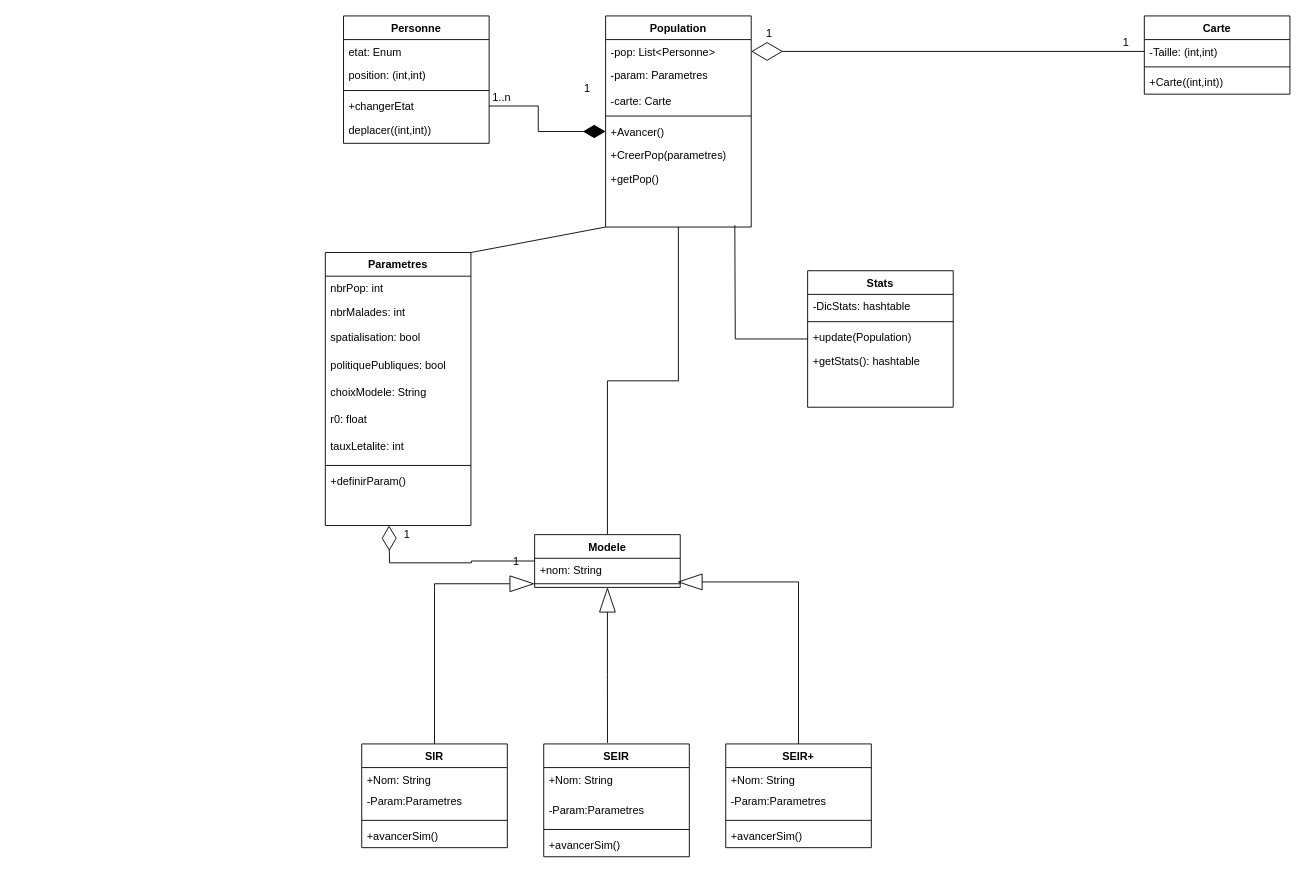
thomas-binga/APO_SIR_PROJET keeps this draw.io diagram as Class_diagram.drawio. Above is the earlier version. Source tidied: cells renumbered, new cells numbered last; positions are measured from the earlier drawing's top-left corner, leaving out a move shared by most shapes. Both pictures are drawn from the tidied source at 91%, with x=0, y=0 at pixel (325, 15).
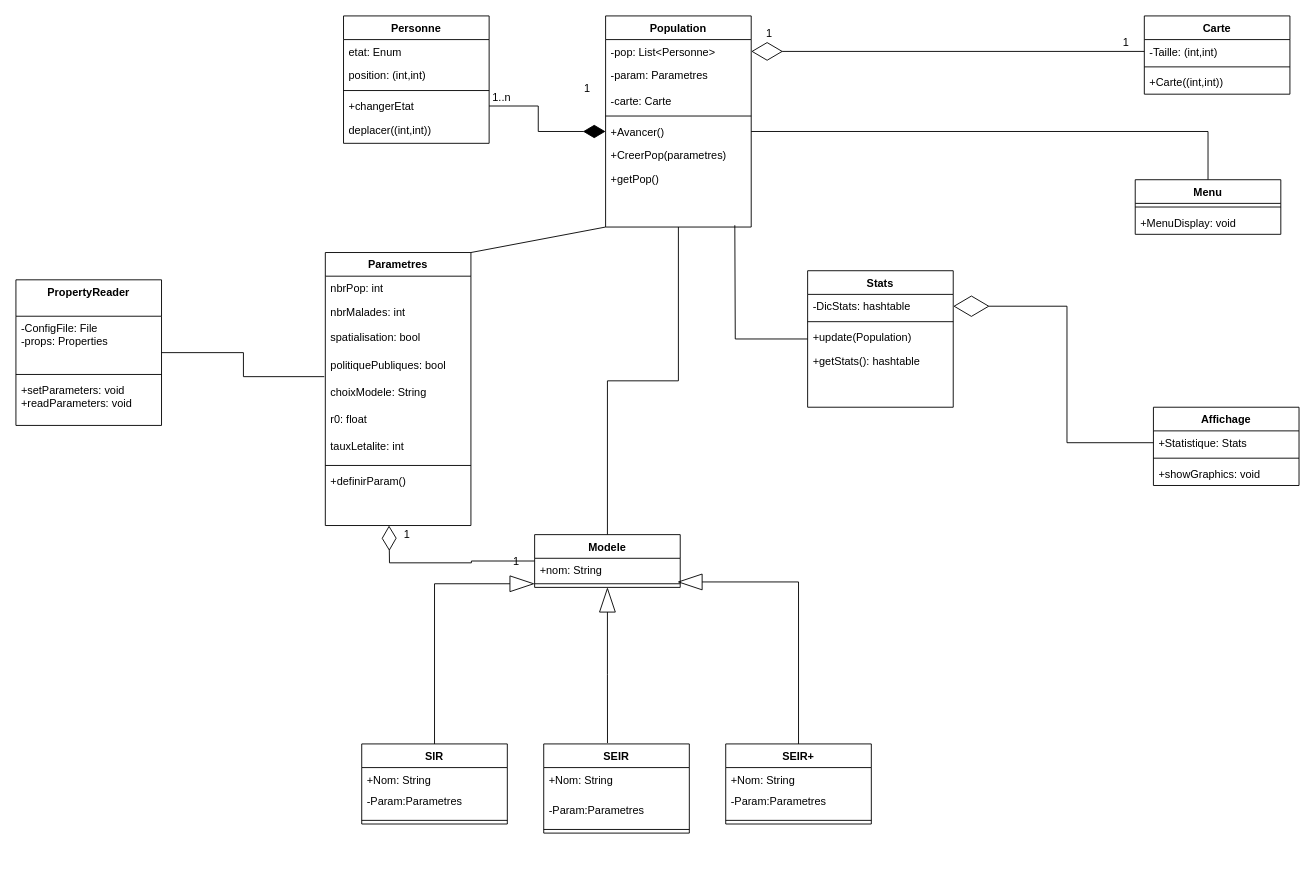
After the change.

Unchanged cells that the change refers to:
```xml
<mxCell id="13" value="+Avancer()" style="text;align=left;verticalAlign=top;spacingLeft=4;spacingRight=4;overflow=hidden;points=[[0,0.5],[1,0.5]];portConstraint=eastwest;" parent="8" vertex="1">
  <mxGeometry y="114" width="160" height="26" as="geometry" />
</mxCell>
<mxCell id="21" value="choixModele: String" style="text;align=left;verticalAlign=top;spacingLeft=4;spacingRight=4;overflow=hidden;points=[[0,0.5],[1,0.5]];portConstraint=eastwest;rounded=0;shadow=0;html=0;" parent="16" vertex="1">
  <mxGeometry y="140" width="160" height="30" as="geometry" />
</mxCell>
<mxCell id="29" value="-DicStats: hashtable" style="text;align=left;verticalAlign=top;spacingLeft=4;spacingRight=4;overflow=hidden;points=[[0,0.5],[1,0.5]];portConstraint=eastwest;" parent="28" vertex="1">
  <mxGeometry y="26" width="160" height="26" as="geometry" />
</mxCell>
```

Diff of the diagram source:
```diff
@@
     <mxCell id="39" value="SIR" style="swimlane;fontStyle=1;align=center;verticalAlign=top;horizontal=1;startSize=26;" parent="1" vertex="1">
-      <mxGeometry x="40" y="800" width="160" height="114" as="geometry" />
+      <mxGeometry x="40" y="800" width="160" height="88" as="geometry" />
     </mxCell>
@@
-    <mxCell id="43" value="+avancerSim()" style="text;strokeColor=none;fillColor=none;align=left;verticalAlign=top;spacingLeft=4;spacingRight=4;overflow=hidden;" parent="39" vertex="1">
-      <mxGeometry y="88" width="160" height="26" as="geometry" />
-    </mxCell>
     <mxCell id="44" value="SEIR" style="swimlane;fontStyle=1;align=center;verticalAlign=top;horizontal=1;startSize=26;" parent="1" vertex="1">
-      <mxGeometry x="240" y="800" width="160" height="124" as="geometry" />
+      <mxGeometry x="240" y="800" width="160" height="98" as="geometry" />
     </mxCell>
@@
-    <mxCell id="48" value="+avancerSim()" style="text;strokeColor=none;fillColor=none;align=left;verticalAlign=top;spacingLeft=4;spacingRight=4;overflow=hidden;" parent="44" vertex="1">
-      <mxGeometry y="98" width="160" height="26" as="geometry" />
-    </mxCell>
     <mxCell id="49" value="SEIR+" style="swimlane;fontStyle=1;align=center;verticalAlign=top;horizontal=1;startSize=26;" parent="1" vertex="1">
-      <mxGeometry x="440" y="800" width="160" height="114" as="geometry" />
+      <mxGeometry x="440" y="800" width="160" height="88" as="geometry" />
     </mxCell>
@@
-    <mxCell id="53" value="+avancerSim()" style="text;strokeColor=none;fillColor=none;align=left;verticalAlign=top;spacingLeft=4;spacingRight=4;overflow=hidden;" parent="49" vertex="1">
-      <mxGeometry y="88" width="160" height="26" as="geometry" />
-    </mxCell>
@@
+    <mxCell id="68" style="edgeStyle=orthogonalEdgeStyle;rounded=0;jettySize=auto;html=1;entryX=-0.007;entryY=-0.12;entryDx=0;entryDy=0;entryPerimeter=0;endArrow=none;endFill=0;" parent="1" edge="1" source="69" target="21">
+      <mxGeometry relative="1" as="geometry" />
+    </mxCell>
+    <mxCell id="69" value="PropertyReader" style="swimlane;fontStyle=1;align=center;verticalAlign=top;horizontal=1;startSize=40;" parent="1" vertex="1">
+      <mxGeometry x="-340" y="290" width="160" height="160" as="geometry" />
+    </mxCell>
+    <mxCell id="70" value="-ConfigFile: File&#10;-props: Properties" style="text;strokeColor=none;fillColor=none;align=left;verticalAlign=top;spacingLeft=4;spacingRight=4;overflow=hidden;" parent="69" vertex="1">
+      <mxGeometry y="40" width="160" height="60" as="geometry" />
+    </mxCell>
+    <mxCell id="71" style="line;strokeWidth=1;fillColor=none;align=left;verticalAlign=middle;spacingTop=-1;spacingLeft=3;spacingRight=3;labelPosition=right;" parent="69" vertex="1">
+      <mxGeometry y="100" width="160" height="8" as="geometry" />
+    </mxCell>
+    <mxCell id="72" value="+setParameters: void&#10;+readParameters: void&#10;" style="text;strokeColor=none;fillColor=none;align=left;verticalAlign=top;spacingLeft=4;spacingRight=4;overflow=hidden;" parent="69" vertex="1">
+      <mxGeometry y="108" width="160" height="52" as="geometry" />
+    </mxCell>
+    <mxCell id="73" style="edgeStyle=orthogonalEdgeStyle;rounded=0;jettySize=auto;html=1;entryX=1;entryY=0.5;entryDx=0;entryDy=0;endArrow=none;endFill=0;startArrow=none;startFill=0;startSize=34;endSize=37;" parent="1" edge="1" source="74" target="13">
+      <mxGeometry relative="1" as="geometry" />
+    </mxCell>
+    <mxCell id="74" value="Menu" style="swimlane;fontStyle=1;align=center;verticalAlign=top;horizontal=1;startSize=26;" parent="1" vertex="1">
+      <mxGeometry x="890" y="180" width="160" height="60" as="geometry" />
+    </mxCell>
+    <mxCell id="75" style="line;strokeWidth=1;fillColor=none;align=left;verticalAlign=middle;spacingTop=-1;spacingLeft=3;spacingRight=3;labelPosition=right;" parent="74" vertex="1">
+      <mxGeometry y="26" width="160" height="8" as="geometry" />
+    </mxCell>
+    <mxCell id="76" value="+MenuDisplay: void" style="text;strokeColor=none;fillColor=none;align=left;verticalAlign=top;spacingLeft=4;spacingRight=4;overflow=hidden;" parent="74" vertex="1">
+      <mxGeometry y="34" width="160" height="26" as="geometry" />
+    </mxCell>
+    <mxCell id="77" value="Affichage" style="swimlane;fontStyle=1;align=center;verticalAlign=top;horizontal=1;startSize=26;" parent="1" vertex="1">
+      <mxGeometry x="910" y="430" width="160" height="86" as="geometry" />
+    </mxCell>
+    <mxCell id="78" value="+Statistique: Stats" style="text;strokeColor=none;fillColor=none;align=left;verticalAlign=top;spacingLeft=4;spacingRight=4;overflow=hidden;points=[[0,0.5],[1,0.5]];portConstraint=eastwest;" parent="77" vertex="1">
+      <mxGeometry y="26" width="160" height="26" as="geometry" />
+    </mxCell>
+    <mxCell id="79" style="line;strokeWidth=1;fillColor=none;align=left;verticalAlign=middle;spacingTop=-1;spacingLeft=3;spacingRight=3;labelPosition=right;" parent="77" vertex="1">
+      <mxGeometry y="52" width="160" height="8" as="geometry" />
+    </mxCell>
+    <mxCell id="80" value="+showGraphics: void" style="text;strokeColor=none;fillColor=none;align=left;verticalAlign=top;spacingLeft=4;spacingRight=4;overflow=hidden;" parent="77" vertex="1">
+      <mxGeometry y="60" width="160" height="26" as="geometry" />
+    </mxCell>
+    <mxCell id="81" style="edgeStyle=orthogonalEdgeStyle;rounded=0;jettySize=auto;html=1;entryX=1;entryY=0.5;entryDx=0;entryDy=0;startArrow=none;startFill=0;startSize=34;endArrow=diamondThin;endFill=0;endSize=37;" parent="1" edge="1" source="78" target="29">
+      <mxGeometry relative="1" as="geometry" />
+    </mxCell>
```
